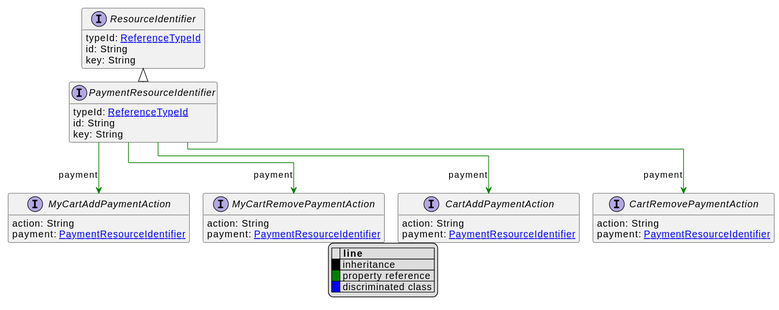
Earlier version of the PlantUML export uml/api/svg/PaymentResourceIdentifier.svg (commercetools/commercetools-api-reference).
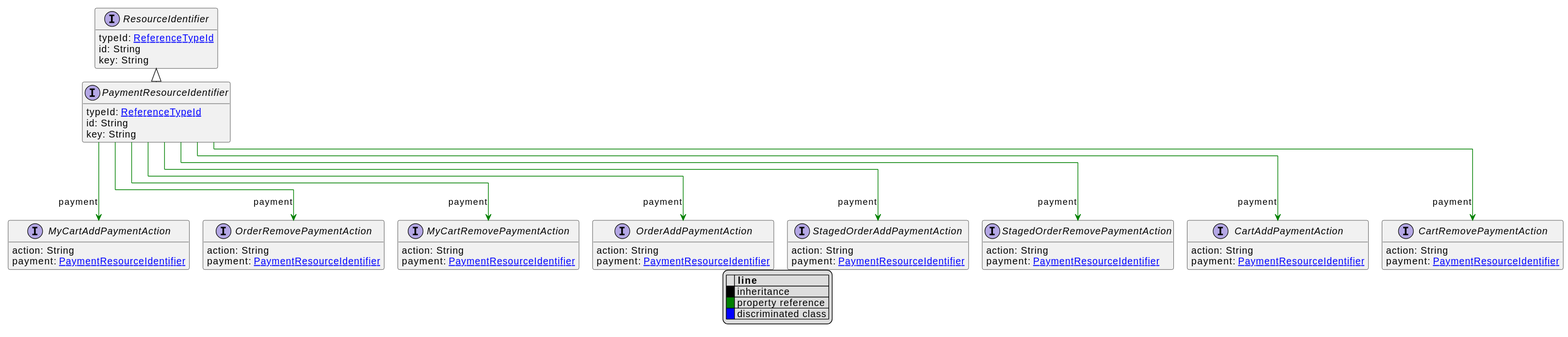
After the commit.

Change to the diagram source:
```diff
@@ -36,9 +36,29 @@
     action: String
     payment: [[PaymentResourceIdentifier.svg PaymentResourceIdentifier]]
 }
+interface StagedOrderAddPaymentAction [[StagedOrderAddPaymentAction.svg]]  {
+    action: String
+    payment: [[PaymentResourceIdentifier.svg PaymentResourceIdentifier]]
+}
+interface StagedOrderRemovePaymentAction [[StagedOrderRemovePaymentAction.svg]]  {
+    action: String
+    payment: [[PaymentResourceIdentifier.svg PaymentResourceIdentifier]]
+}
+interface OrderAddPaymentAction [[OrderAddPaymentAction.svg]]  {
+    action: String
+    payment: [[PaymentResourceIdentifier.svg PaymentResourceIdentifier]]
+}
+interface OrderRemovePaymentAction [[OrderRemovePaymentAction.svg]]  {
+    action: String
+    payment: [[PaymentResourceIdentifier.svg PaymentResourceIdentifier]]
+}
 
 PaymentResourceIdentifier --> CartAddPaymentAction #green;text:green : "payment"
 PaymentResourceIdentifier --> CartRemovePaymentAction #green;text:green : "payment"
 PaymentResourceIdentifier --> MyCartAddPaymentAction #green;text:green : "payment"
 PaymentResourceIdentifier --> MyCartRemovePaymentAction #green;text:green : "payment"
+PaymentResourceIdentifier --> StagedOrderAddPaymentAction #green;text:green : "payment"
+PaymentResourceIdentifier --> StagedOrderRemovePaymentAction #green;text:green : "payment"
+PaymentResourceIdentifier --> OrderAddPaymentAction #green;text:green : "payment"
+PaymentResourceIdentifier --> OrderRemovePaymentAction #green;text:green : "payment"
 @enduml
```
